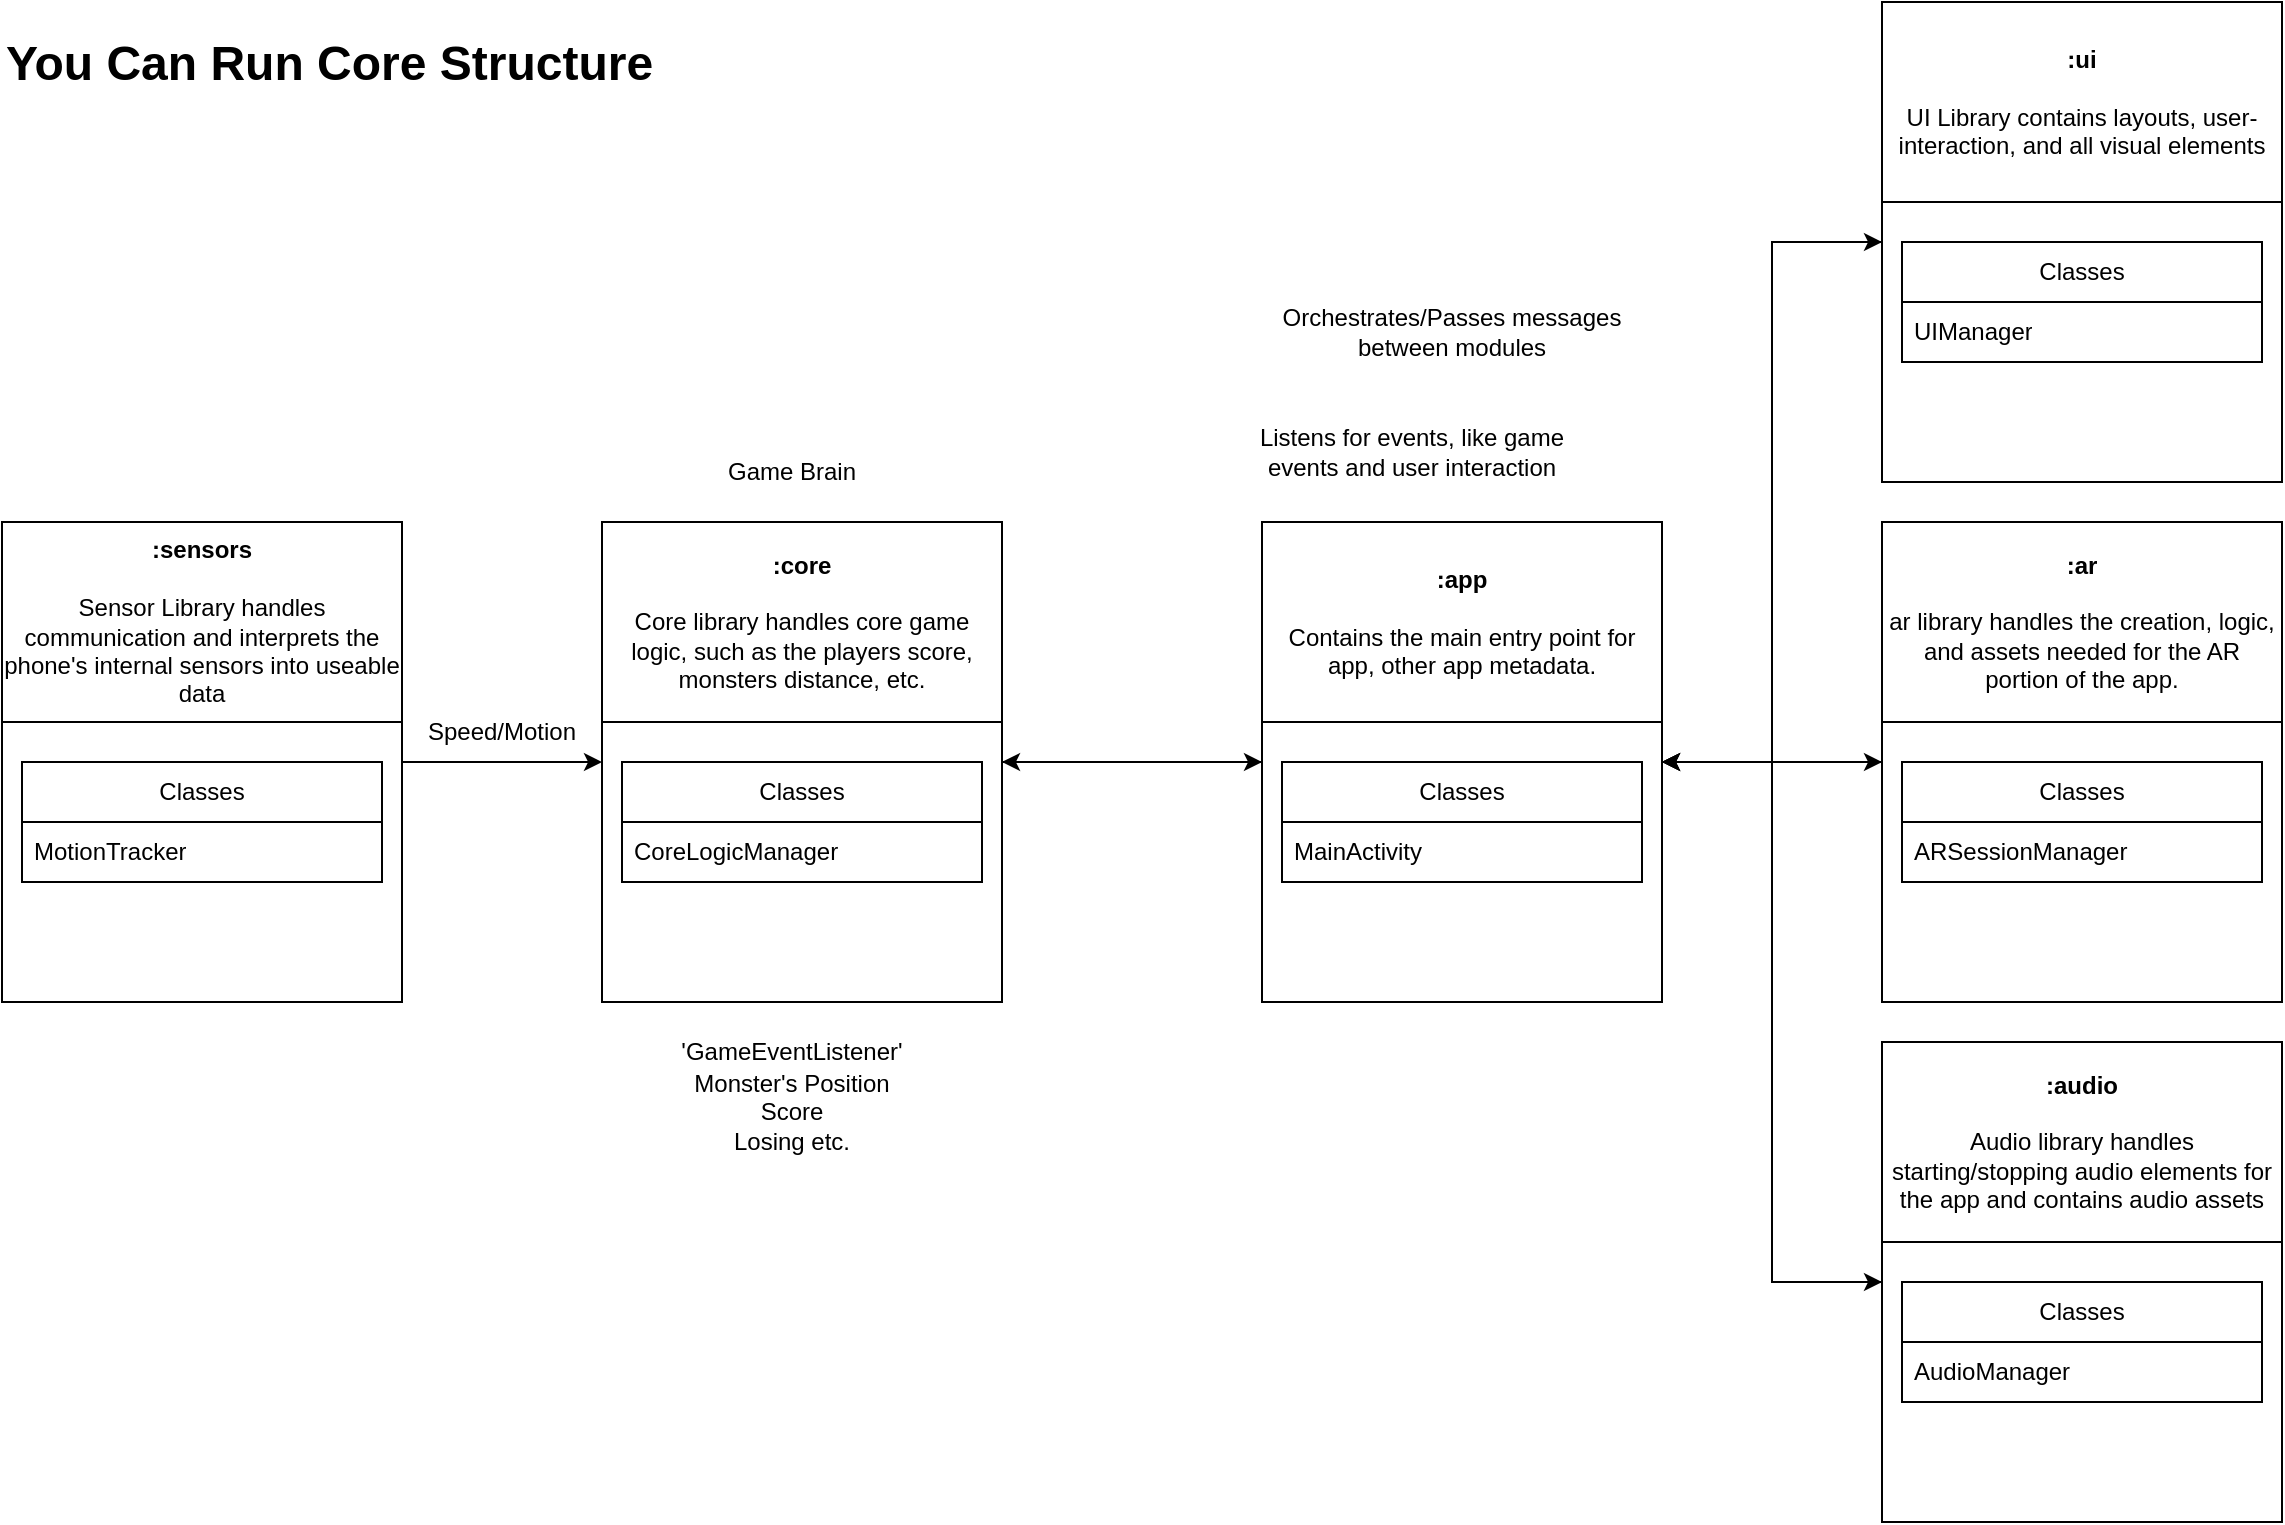
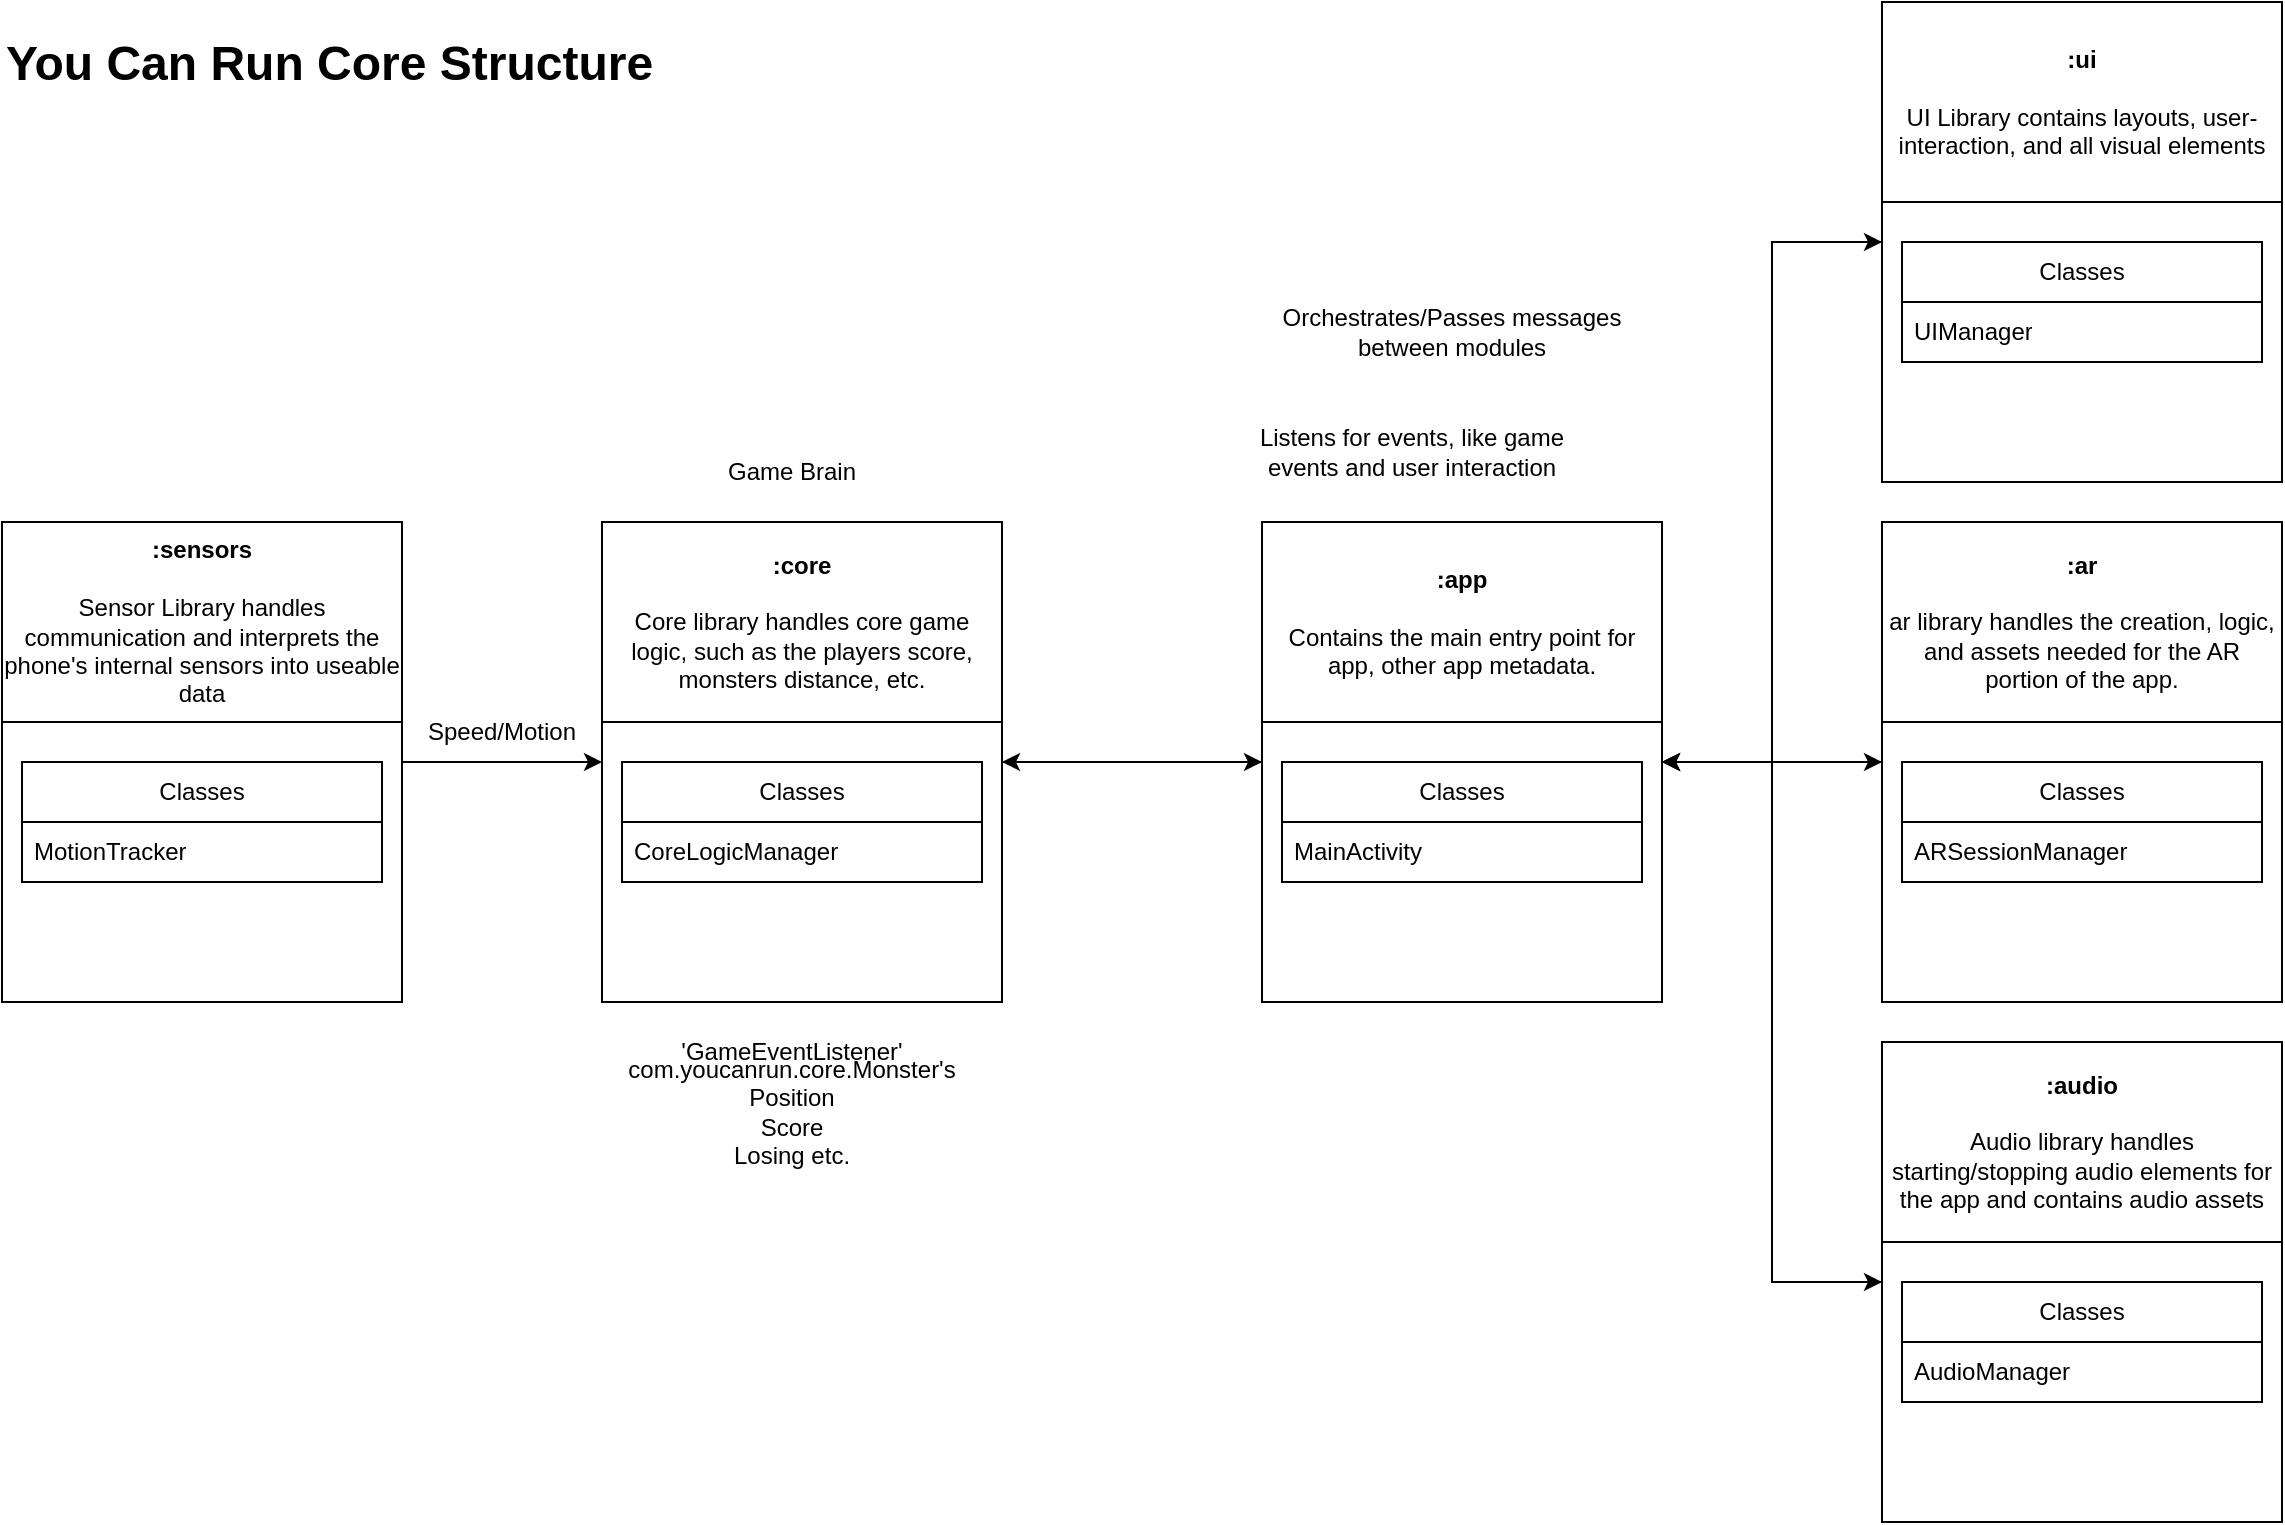
<mxfile host="app.diagrams.net" agent="Mozilla/5.0 (Windows NT 10.0; Win64; x64; rv:144.0) Gecko/20100101 Firefox/144.0" version="28.2.8">
  <diagram name="Page-1" id="x4o5FmK5M1mYU57jQ4B-">
    <mxGraphModel dx="2353" dy="868" grid="1" gridSize="10" guides="1" tooltips="1" connect="1" arrows="1" fold="1" page="1" pageScale="1" pageWidth="850" pageHeight="1100" math="0" shadow="0">
      <root>
        <mxCell id="0" />
        <mxCell id="1" parent="0" />
        <mxCell id="8nHcXKAZ5uG0m_UUr_Kl-44" style="edgeStyle=orthogonalEdgeStyle;rounded=0;orthogonalLoop=1;jettySize=auto;html=1;exitX=0;exitY=0.5;exitDx=0;exitDy=0;entryX=1;entryY=0.5;entryDx=0;entryDy=0;" edge="1" parent="1" source="isqQ4OO7kmcKETVQ4hR7-13" target="isqQ4OO7kmcKETVQ4hR7-17">
          <mxGeometry relative="1" as="geometry" />
        </mxCell>
        <mxCell id="isqQ4OO7kmcKETVQ4hR7-13" value="&lt;div&gt;&lt;b&gt;:ar&lt;/b&gt;&lt;/div&gt;&lt;div&gt;&lt;br&gt;&lt;/div&gt;&lt;div&gt;&lt;span style=&quot;font-weight: normal;&quot;&gt;ar library handles the creation, logic, and assets needed for the AR portion of the app.&lt;/span&gt;&lt;/div&gt;" style="swimlane;whiteSpace=wrap;html=1;startSize=100;" parent="1" vertex="1">
          <mxGeometry x="700" y="680" width="200" height="240" as="geometry" />
        </mxCell>
        <mxCell id="8nHcXKAZ5uG0m_UUr_Kl-2" value="Classes" style="swimlane;fontStyle=0;childLayout=stackLayout;horizontal=1;startSize=30;horizontalStack=0;resizeParent=1;resizeParentMax=0;resizeLast=0;collapsible=1;marginBottom=0;whiteSpace=wrap;html=1;" vertex="1" parent="isqQ4OO7kmcKETVQ4hR7-13">
          <mxGeometry x="10" y="120" width="180" height="60" as="geometry" />
        </mxCell>
        <mxCell id="8nHcXKAZ5uG0m_UUr_Kl-3" value="ARSessionManager" style="text;strokeColor=none;fillColor=none;align=left;verticalAlign=middle;spacingLeft=4;spacingRight=4;overflow=hidden;points=[[0,0.5],[1,0.5]];portConstraint=eastwest;rotatable=0;whiteSpace=wrap;html=1;" vertex="1" parent="8nHcXKAZ5uG0m_UUr_Kl-2">
          <mxGeometry y="30" width="180" height="30" as="geometry" />
        </mxCell>
        <mxCell id="8nHcXKAZ5uG0m_UUr_Kl-22" style="edgeStyle=orthogonalEdgeStyle;rounded=0;orthogonalLoop=1;jettySize=auto;html=1;entryX=0;entryY=0.5;entryDx=0;entryDy=0;" edge="1" parent="1" source="isqQ4OO7kmcKETVQ4hR7-15" target="isqQ4OO7kmcKETVQ4hR7-16">
          <mxGeometry relative="1" as="geometry" />
        </mxCell>
        <mxCell id="isqQ4OO7kmcKETVQ4hR7-15" value="&lt;div&gt;&lt;b&gt;:sensors&lt;/b&gt;&lt;/div&gt;&lt;div&gt;&lt;br&gt;&lt;/div&gt;&lt;div&gt;&lt;span style=&quot;font-weight: normal;&quot;&gt;Sensor Library handles communication and interprets the phone&#39;s internal sensors into useable data&lt;/span&gt;&lt;/div&gt;" style="swimlane;whiteSpace=wrap;html=1;startSize=100;" parent="1" vertex="1">
          <mxGeometry x="-240" y="680" width="200" height="240" as="geometry" />
        </mxCell>
        <mxCell id="8nHcXKAZ5uG0m_UUr_Kl-6" value="Classes" style="swimlane;fontStyle=0;childLayout=stackLayout;horizontal=1;startSize=30;horizontalStack=0;resizeParent=1;resizeParentMax=0;resizeLast=0;collapsible=1;marginBottom=0;whiteSpace=wrap;html=1;" vertex="1" parent="isqQ4OO7kmcKETVQ4hR7-15">
          <mxGeometry x="10" y="120" width="180" height="60" as="geometry" />
        </mxCell>
        <mxCell id="8nHcXKAZ5uG0m_UUr_Kl-7" value="MotionTracker" style="text;strokeColor=none;fillColor=none;align=left;verticalAlign=middle;spacingLeft=4;spacingRight=4;overflow=hidden;points=[[0,0.5],[1,0.5]];portConstraint=eastwest;rotatable=0;whiteSpace=wrap;html=1;" vertex="1" parent="8nHcXKAZ5uG0m_UUr_Kl-6">
          <mxGeometry y="30" width="180" height="30" as="geometry" />
        </mxCell>
        <mxCell id="8nHcXKAZ5uG0m_UUr_Kl-37" style="edgeStyle=orthogonalEdgeStyle;rounded=0;orthogonalLoop=1;jettySize=auto;html=1;entryX=0;entryY=0.5;entryDx=0;entryDy=0;" edge="1" parent="1" source="isqQ4OO7kmcKETVQ4hR7-16" target="isqQ4OO7kmcKETVQ4hR7-17">
          <mxGeometry relative="1" as="geometry" />
        </mxCell>
        <mxCell id="isqQ4OO7kmcKETVQ4hR7-16" value="&lt;div&gt;&lt;b&gt;:core&lt;/b&gt;&lt;/div&gt;&lt;div&gt;&lt;br&gt;&lt;/div&gt;&lt;div&gt;&lt;span style=&quot;font-weight: normal;&quot;&gt;Core library handles core game logic, such as the players score, monsters distance, etc.&lt;/span&gt;&lt;/div&gt;" style="swimlane;whiteSpace=wrap;html=1;startSize=100;" parent="1" vertex="1">
          <mxGeometry x="60" y="680" width="200" height="240" as="geometry" />
        </mxCell>
        <mxCell id="8nHcXKAZ5uG0m_UUr_Kl-8" value="Classes" style="swimlane;fontStyle=0;childLayout=stackLayout;horizontal=1;startSize=30;horizontalStack=0;resizeParent=1;resizeParentMax=0;resizeLast=0;collapsible=1;marginBottom=0;whiteSpace=wrap;html=1;" vertex="1" parent="isqQ4OO7kmcKETVQ4hR7-16">
          <mxGeometry x="10" y="120" width="180" height="60" as="geometry" />
        </mxCell>
        <mxCell id="8nHcXKAZ5uG0m_UUr_Kl-9" value="CoreLogicManager" style="text;strokeColor=none;fillColor=none;align=left;verticalAlign=middle;spacingLeft=4;spacingRight=4;overflow=hidden;points=[[0,0.5],[1,0.5]];portConstraint=eastwest;rotatable=0;whiteSpace=wrap;html=1;" vertex="1" parent="8nHcXKAZ5uG0m_UUr_Kl-8">
          <mxGeometry y="30" width="180" height="30" as="geometry" />
        </mxCell>
        <mxCell id="8nHcXKAZ5uG0m_UUr_Kl-38" style="edgeStyle=orthogonalEdgeStyle;rounded=0;orthogonalLoop=1;jettySize=auto;html=1;exitX=1;exitY=0.5;exitDx=0;exitDy=0;entryX=0;entryY=0.5;entryDx=0;entryDy=0;" edge="1" parent="1" source="isqQ4OO7kmcKETVQ4hR7-17" target="isqQ4OO7kmcKETVQ4hR7-13">
          <mxGeometry relative="1" as="geometry" />
        </mxCell>
        <mxCell id="8nHcXKAZ5uG0m_UUr_Kl-39" style="edgeStyle=orthogonalEdgeStyle;rounded=0;orthogonalLoop=1;jettySize=auto;html=1;entryX=0;entryY=0.5;entryDx=0;entryDy=0;" edge="1" parent="1" source="isqQ4OO7kmcKETVQ4hR7-17" target="isqQ4OO7kmcKETVQ4hR7-20">
          <mxGeometry relative="1" as="geometry" />
        </mxCell>
        <mxCell id="8nHcXKAZ5uG0m_UUr_Kl-40" style="edgeStyle=orthogonalEdgeStyle;rounded=0;orthogonalLoop=1;jettySize=auto;html=1;entryX=0;entryY=0.5;entryDx=0;entryDy=0;" edge="1" parent="1" source="isqQ4OO7kmcKETVQ4hR7-17" target="isqQ4OO7kmcKETVQ4hR7-18">
          <mxGeometry relative="1" as="geometry" />
        </mxCell>
        <mxCell id="8nHcXKAZ5uG0m_UUr_Kl-46" style="edgeStyle=orthogonalEdgeStyle;rounded=0;orthogonalLoop=1;jettySize=auto;html=1;exitX=0;exitY=0.5;exitDx=0;exitDy=0;entryX=1;entryY=0.5;entryDx=0;entryDy=0;" edge="1" parent="1" source="isqQ4OO7kmcKETVQ4hR7-17" target="isqQ4OO7kmcKETVQ4hR7-16">
          <mxGeometry relative="1" as="geometry" />
        </mxCell>
        <mxCell id="isqQ4OO7kmcKETVQ4hR7-17" value="&lt;div&gt;&lt;b&gt;:app&lt;/b&gt;&lt;/div&gt;&lt;div&gt;&lt;br&gt;&lt;/div&gt;&lt;div&gt;&lt;span style=&quot;font-weight: normal;&quot;&gt;Contains the main entry point for app, other app metadata.&lt;/span&gt;&lt;/div&gt;" style="swimlane;whiteSpace=wrap;html=1;startSize=100;" parent="1" vertex="1">
          <mxGeometry x="390" y="680" width="200" height="240" as="geometry" />
        </mxCell>
        <mxCell id="8nHcXKAZ5uG0m_UUr_Kl-10" value="Classes" style="swimlane;fontStyle=0;childLayout=stackLayout;horizontal=1;startSize=30;horizontalStack=0;resizeParent=1;resizeParentMax=0;resizeLast=0;collapsible=1;marginBottom=0;whiteSpace=wrap;html=1;" vertex="1" parent="isqQ4OO7kmcKETVQ4hR7-17">
          <mxGeometry x="10" y="120" width="180" height="60" as="geometry" />
        </mxCell>
        <mxCell id="8nHcXKAZ5uG0m_UUr_Kl-11" value="&lt;div&gt;MainActivity&lt;/div&gt;" style="text;strokeColor=none;fillColor=none;align=left;verticalAlign=middle;spacingLeft=4;spacingRight=4;overflow=hidden;points=[[0,0.5],[1,0.5]];portConstraint=eastwest;rotatable=0;whiteSpace=wrap;html=1;" vertex="1" parent="8nHcXKAZ5uG0m_UUr_Kl-10">
          <mxGeometry y="30" width="180" height="30" as="geometry" />
        </mxCell>
        <mxCell id="8nHcXKAZ5uG0m_UUr_Kl-45" style="edgeStyle=orthogonalEdgeStyle;rounded=0;orthogonalLoop=1;jettySize=auto;html=1;exitX=0;exitY=0.5;exitDx=0;exitDy=0;entryX=1;entryY=0.5;entryDx=0;entryDy=0;" edge="1" parent="1" source="isqQ4OO7kmcKETVQ4hR7-18" target="isqQ4OO7kmcKETVQ4hR7-17">
          <mxGeometry relative="1" as="geometry" />
        </mxCell>
        <mxCell id="isqQ4OO7kmcKETVQ4hR7-18" value="&lt;div&gt;&lt;b&gt;:audio&lt;/b&gt;&lt;/div&gt;&lt;div&gt;&lt;br&gt;&lt;/div&gt;&lt;div&gt;&lt;span style=&quot;font-weight: normal;&quot;&gt;Audio library handles starting/stopping audio elements for the app and contains audio assets&lt;/span&gt;&lt;/div&gt;" style="swimlane;whiteSpace=wrap;html=1;startSize=100;" parent="1" vertex="1">
          <mxGeometry x="700" y="940" width="200" height="240" as="geometry">
            <mxRectangle x="740" y="110" width="530" height="100" as="alternateBounds" />
          </mxGeometry>
        </mxCell>
        <mxCell id="8nHcXKAZ5uG0m_UUr_Kl-12" value="Classes" style="swimlane;fontStyle=0;childLayout=stackLayout;horizontal=1;startSize=30;horizontalStack=0;resizeParent=1;resizeParentMax=0;resizeLast=0;collapsible=1;marginBottom=0;whiteSpace=wrap;html=1;" vertex="1" parent="isqQ4OO7kmcKETVQ4hR7-18">
          <mxGeometry x="10" y="120" width="180" height="60" as="geometry" />
        </mxCell>
        <mxCell id="8nHcXKAZ5uG0m_UUr_Kl-13" value="AudioManager" style="text;strokeColor=none;fillColor=none;align=left;verticalAlign=middle;spacingLeft=4;spacingRight=4;overflow=hidden;points=[[0,0.5],[1,0.5]];portConstraint=eastwest;rotatable=0;whiteSpace=wrap;html=1;" vertex="1" parent="8nHcXKAZ5uG0m_UUr_Kl-12">
          <mxGeometry y="30" width="180" height="30" as="geometry" />
        </mxCell>
        <mxCell id="8nHcXKAZ5uG0m_UUr_Kl-43" style="edgeStyle=orthogonalEdgeStyle;rounded=0;orthogonalLoop=1;jettySize=auto;html=1;exitX=0;exitY=0.5;exitDx=0;exitDy=0;entryX=1;entryY=0.5;entryDx=0;entryDy=0;" edge="1" parent="1" source="isqQ4OO7kmcKETVQ4hR7-20" target="isqQ4OO7kmcKETVQ4hR7-17">
          <mxGeometry relative="1" as="geometry" />
        </mxCell>
        <mxCell id="isqQ4OO7kmcKETVQ4hR7-20" value="&lt;div&gt;&lt;b&gt;:ui&lt;/b&gt;&lt;/div&gt;&lt;div&gt;&lt;br&gt;&lt;/div&gt;&lt;div&gt;&lt;span style=&quot;font-weight: normal;&quot;&gt;UI Library contains layouts, user-interaction, and all visual elements&lt;/span&gt;&lt;/div&gt;" style="swimlane;whiteSpace=wrap;html=1;startSize=100;" parent="1" vertex="1">
          <mxGeometry x="700" y="420" width="200" height="240" as="geometry" />
        </mxCell>
        <mxCell id="8nHcXKAZ5uG0m_UUr_Kl-14" value="Classes" style="swimlane;fontStyle=0;childLayout=stackLayout;horizontal=1;startSize=30;horizontalStack=0;resizeParent=1;resizeParentMax=0;resizeLast=0;collapsible=1;marginBottom=0;whiteSpace=wrap;html=1;" vertex="1" parent="isqQ4OO7kmcKETVQ4hR7-20">
          <mxGeometry x="10" y="120" width="180" height="60" as="geometry" />
        </mxCell>
        <mxCell id="8nHcXKAZ5uG0m_UUr_Kl-15" value="UIManager" style="text;strokeColor=none;fillColor=none;align=left;verticalAlign=middle;spacingLeft=4;spacingRight=4;overflow=hidden;points=[[0,0.5],[1,0.5]];portConstraint=eastwest;rotatable=0;whiteSpace=wrap;html=1;" vertex="1" parent="8nHcXKAZ5uG0m_UUr_Kl-14">
          <mxGeometry y="30" width="180" height="30" as="geometry" />
        </mxCell>
        <mxCell id="8nHcXKAZ5uG0m_UUr_Kl-28" value="Speed/Motion" style="text;html=1;whiteSpace=wrap;strokeColor=none;fillColor=none;align=center;verticalAlign=middle;rounded=0;" vertex="1" parent="1">
          <mxGeometry x="-30" y="770" width="80" height="30" as="geometry" />
        </mxCell>
        <mxCell id="8nHcXKAZ5uG0m_UUr_Kl-42" value="&lt;h1 style=&quot;margin-top: 0px;&quot;&gt;You Can Run Core Structure&lt;/h1&gt;&lt;p&gt;&lt;br&gt;&lt;/p&gt;" style="text;html=1;whiteSpace=wrap;overflow=hidden;rounded=0;" vertex="1" parent="1">
          <mxGeometry x="-240" y="430" width="470" height="50" as="geometry" />
        </mxCell>
        <mxCell id="8nHcXKAZ5uG0m_UUr_Kl-47" value="Orchestrates/Passes messages between modules" style="text;html=1;whiteSpace=wrap;strokeColor=none;fillColor=none;align=center;verticalAlign=middle;rounded=0;" vertex="1" parent="1">
          <mxGeometry x="390" y="570" width="190" height="30" as="geometry" />
        </mxCell>
        <mxCell id="8nHcXKAZ5uG0m_UUr_Kl-48" value="Listens for events, like game events and user interaction" style="text;html=1;whiteSpace=wrap;strokeColor=none;fillColor=none;align=center;verticalAlign=middle;rounded=0;" vertex="1" parent="1">
          <mxGeometry x="380" y="630" width="170" height="30" as="geometry" />
        </mxCell>
        <mxCell id="8nHcXKAZ5uG0m_UUr_Kl-49" value="Game Brain" style="text;html=1;whiteSpace=wrap;strokeColor=none;fillColor=none;align=center;verticalAlign=middle;rounded=0;" vertex="1" parent="1">
          <mxGeometry x="100" y="640" width="110" height="30" as="geometry" />
        </mxCell>
        <mxCell id="8nHcXKAZ5uG0m_UUr_Kl-50" value="&lt;div&gt;&#39;GameEventListener&#39;&lt;/div&gt;" style="text;html=1;whiteSpace=wrap;strokeColor=none;fillColor=none;align=center;verticalAlign=middle;rounded=0;" vertex="1" parent="1">
          <mxGeometry x="75" y="930" width="160" height="30" as="geometry" />
        </mxCell>
-         <mxCell id="8nHcXKAZ5uG0m_UUr_Kl-51" value="&lt;div&gt;Monster&#39;s Position&lt;/div&gt;&lt;div&gt;Score&lt;/div&gt;&lt;div&gt;Losing etc.&lt;/div&gt;" style="text;html=1;whiteSpace=wrap;strokeColor=none;fillColor=none;align=center;verticalAlign=middle;rounded=0;" vertex="1" parent="1">
+         <mxCell id="8nHcXKAZ5uG0m_UUr_Kl-51" value="&lt;div&gt;com.youcanrun.core.Monster&#39;s Position&lt;/div&gt;&lt;div&gt;Score&lt;/div&gt;&lt;div&gt;Losing etc.&lt;/div&gt;" style="text;html=1;whiteSpace=wrap;strokeColor=none;fillColor=none;align=center;verticalAlign=middle;rounded=0;" vertex="1" parent="1">
          <mxGeometry x="75" y="960" width="160" height="30" as="geometry" />
        </mxCell>
      </root>
    </mxGraphModel>
  </diagram>
</mxfile>
